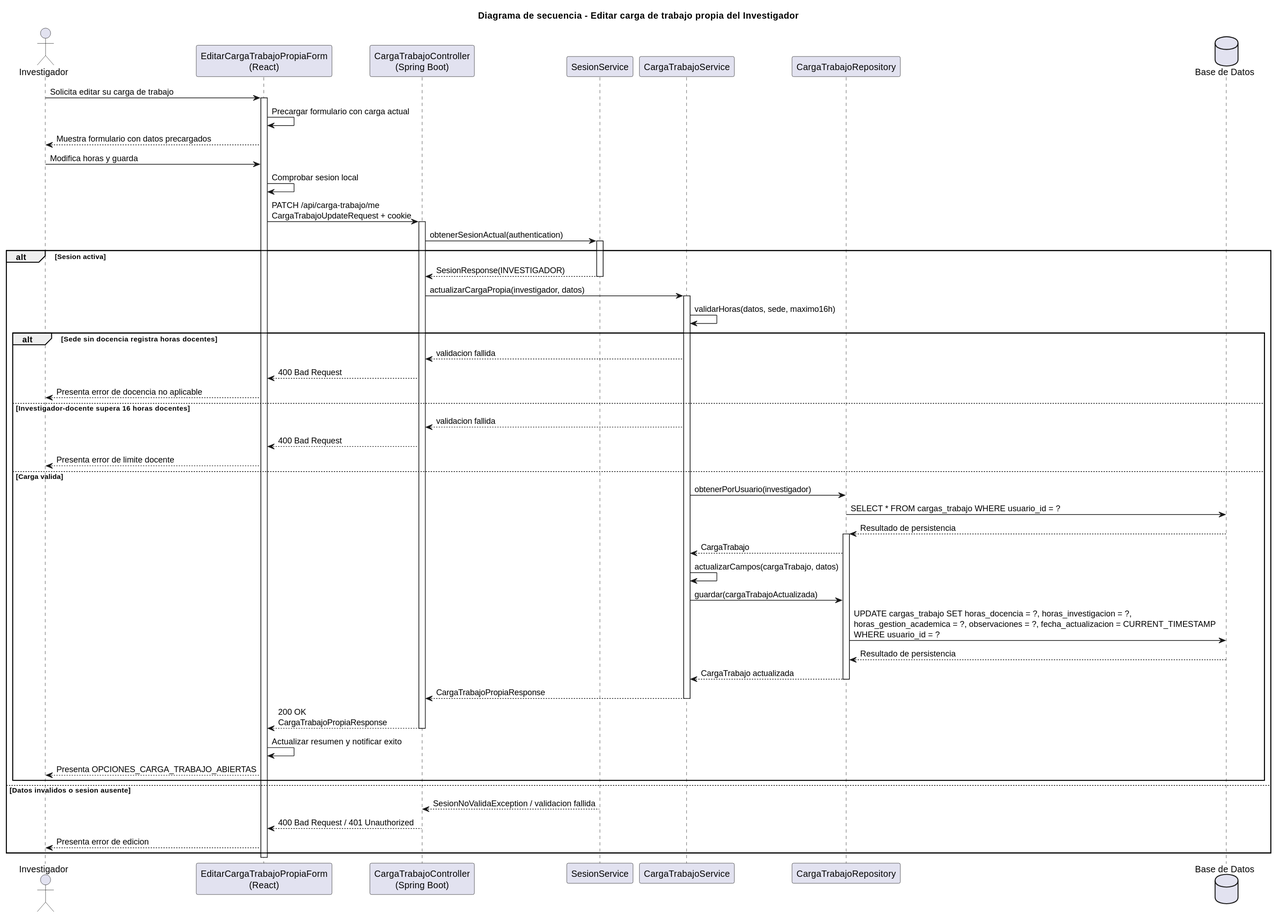
The PlantUML diagram images/RUP/02-diseño/casos-uso/investigador/editarCargaTrabajo/secuencia.svg in beatriizorozco/25-26-idsw2-sdVC, before a commit. Source of this version:
```plantuml
@startuml
title Diagrama de secuencia - Editar carga de trabajo propia del Investigador

actor Investigador
participant "EditarCargaTrabajoPropiaForm\n(React)" as Frontend
participant "CargaTrabajoController\n(Spring Boot)" as Api
participant "SesionService" as Sesion
participant "CargaTrabajoService" as Service
participant "CargaTrabajoRepository" as CargaRepo
database "Base de Datos" as DB

Investigador -> Frontend: Solicita editar su carga de trabajo
activate Frontend
Frontend -> Frontend: Precargar formulario con carga actual
Frontend --> Investigador: Muestra formulario con datos precargados
Investigador -> Frontend: Modifica horas y guarda
Frontend -> Frontend: Comprobar sesion local
Frontend -> Api: PATCH /api/carga-trabajo/me\nCargaTrabajoUpdateRequest + cookie
activate Api
Api -> Sesion: obtenerSesionActual(authentication)
activate Sesion
alt Sesion activa
    Sesion --> Api: SesionResponse(INVESTIGADOR)
    deactivate Sesion
    Api -> Service: actualizarCargaPropia(investigador, datos)
    activate Service
    Service -> Service: validarHoras(datos, sede, maximo16h)
    alt Sede sin docencia registra horas docentes
        Service --> Api: validacion fallida
        Api --> Frontend: 400 Bad Request
        Frontend --> Investigador: Presenta error de docencia no aplicable
    else Investigador-docente supera 16 horas docentes
        Service --> Api: validacion fallida
        Api --> Frontend: 400 Bad Request
        Frontend --> Investigador: Presenta error de limite docente
    else Carga valida
        Service -> CargaRepo: obtenerPorUsuario(investigador)
        CargaRepo -> DB: SELECT * FROM cargas_trabajo WHERE usuario_id = ?
        DB --> CargaRepo: Resultado de persistencia
        activate CargaRepo
        CargaRepo --> Service: CargaTrabajo
        Service -> Service: actualizarCampos(cargaTrabajo, datos)
        Service -> CargaRepo: guardar(cargaTrabajoActualizada)
        CargaRepo -> DB: UPDATE cargas_trabajo SET horas_docencia = ?, horas_investigacion = ?,\nhoras_gestion_academica = ?, observaciones = ?, fecha_actualizacion = CURRENT_TIMESTAMP\nWHERE usuario_id = ?
        DB --> CargaRepo: Resultado de persistencia
        CargaRepo --> Service: CargaTrabajo actualizada
        deactivate CargaRepo
        Service --> Api: CargaTrabajoPropiaResponse
        deactivate Service
        Api --> Frontend: 200 OK\nCargaTrabajoPropiaResponse
        deactivate Api
        Frontend -> Frontend: Actualizar resumen y notificar exito
        Frontend --> Investigador: Presenta OPCIONES_CARGA_TRABAJO_ABIERTAS
    end
else Datos invalidos o sesion ausente
    Sesion --> Api: SesionNoValidaException / validacion fallida
    deactivate Sesion
    Api --> Frontend: 400 Bad Request / 401 Unauthorized
    deactivate Api
    Frontend --> Investigador: Presenta error de edicion
end
deactivate Frontend
@enduml
```
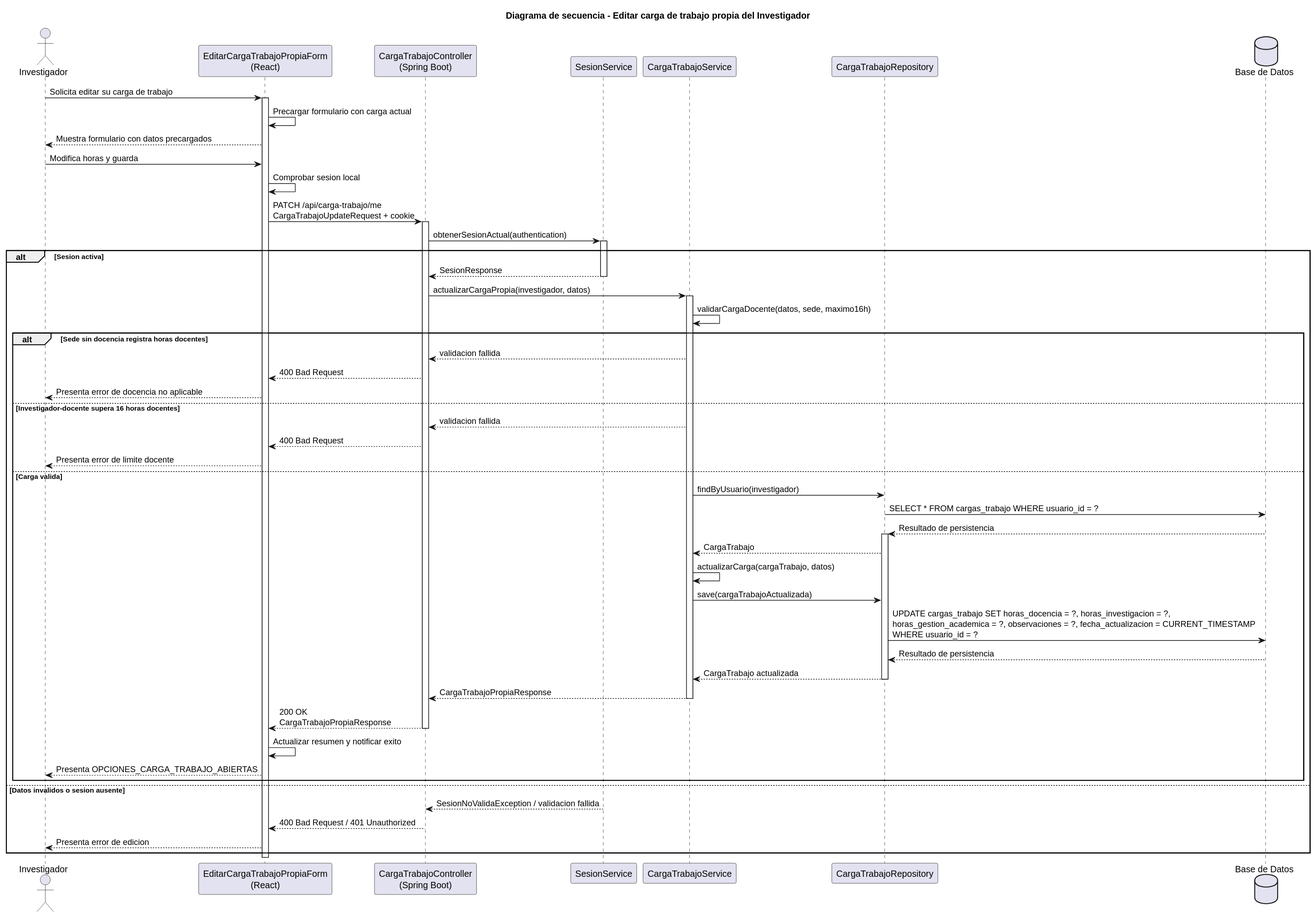
Above is the later version.

Diff of the diagram source:
```diff
@@ -20,11 +20,11 @@
 Api -> Sesion: obtenerSesionActual(authentication)
 activate Sesion
 alt Sesion activa
-    Sesion --> Api: SesionResponse(INVESTIGADOR)
+    Sesion --> Api: SesionResponse
     deactivate Sesion
     Api -> Service: actualizarCargaPropia(investigador, datos)
     activate Service
-    Service -> Service: validarHoras(datos, sede, maximo16h)
+    Service -> Service: validarCargaDocente(datos, sede, maximo16h)
     alt Sede sin docencia registra horas docentes
         Service --> Api: validacion fallida
         Api --> Frontend: 400 Bad Request
@@ -34,13 +34,13 @@
         Api --> Frontend: 400 Bad Request
         Frontend --> Investigador: Presenta error de limite docente
     else Carga valida
-        Service -> CargaRepo: obtenerPorUsuario(investigador)
+        Service -> CargaRepo: findByUsuario(investigador)
         CargaRepo -> DB: SELECT * FROM cargas_trabajo WHERE usuario_id = ?
         DB --> CargaRepo: Resultado de persistencia
         activate CargaRepo
         CargaRepo --> Service: CargaTrabajo
-        Service -> Service: actualizarCampos(cargaTrabajo, datos)
-        Service -> CargaRepo: guardar(cargaTrabajoActualizada)
+        Service -> Service: actualizarCarga(cargaTrabajo, datos)
+        Service -> CargaRepo: save(cargaTrabajoActualizada)
         CargaRepo -> DB: UPDATE cargas_trabajo SET horas_docencia = ?, horas_investigacion = ?,\nhoras_gestion_academica = ?, observaciones = ?, fecha_actualizacion = CURRENT_TIMESTAMP\nWHERE usuario_id = ?
         DB --> CargaRepo: Resultado de persistencia
         CargaRepo --> Service: CargaTrabajo actualizada
```
